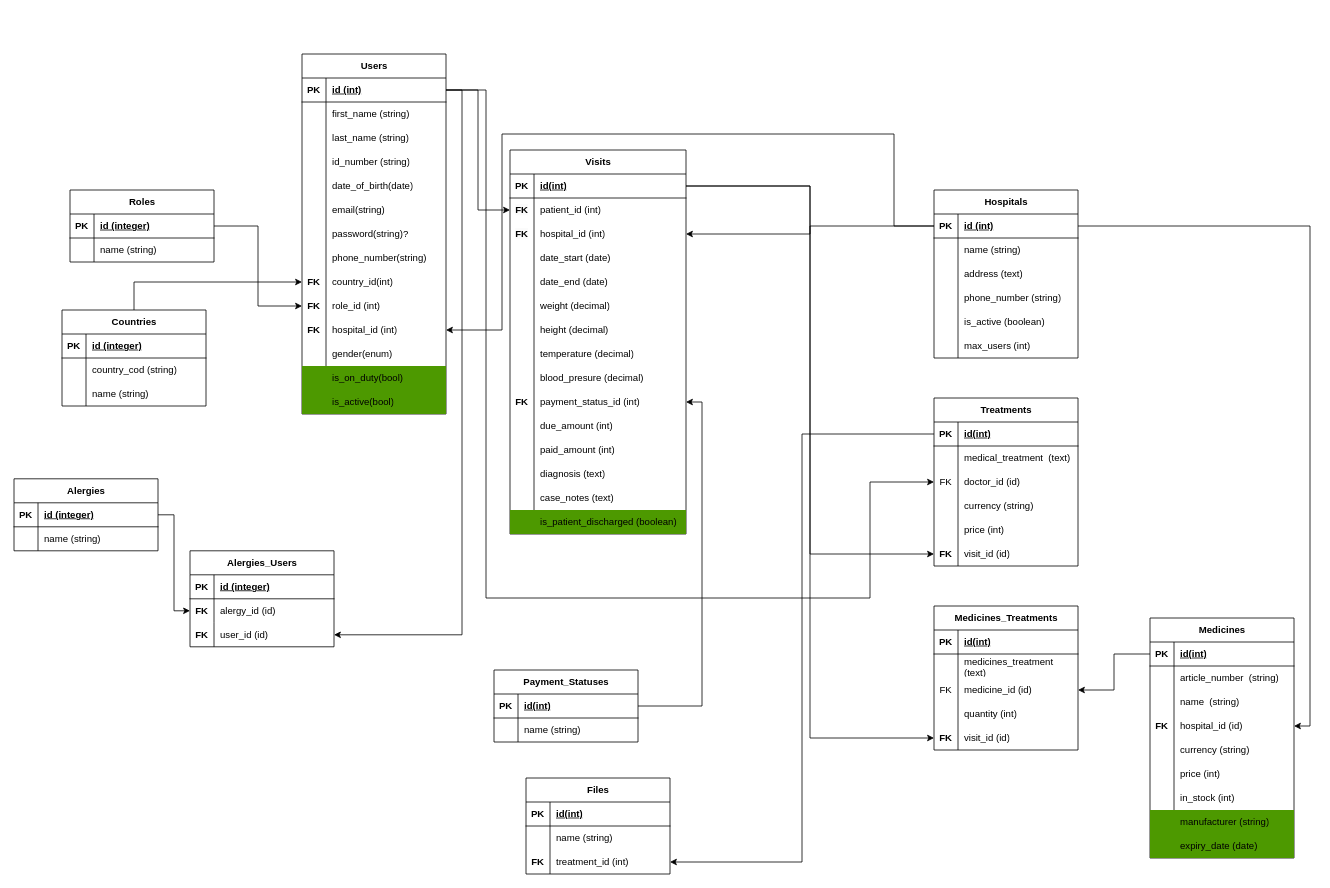
Earlier version of the draw.io diagram Untitled Diagram.drawio (fao30/hospital-management-be). Source tidied: cells renumbered, new cells numbered last; positions are measured from the earlier drawing's top-left corner, leaving out a move shared by most shapes. Both pictures are drawn from the tidied source at 80%, with x=0, y=0 at pixel (14, 54).
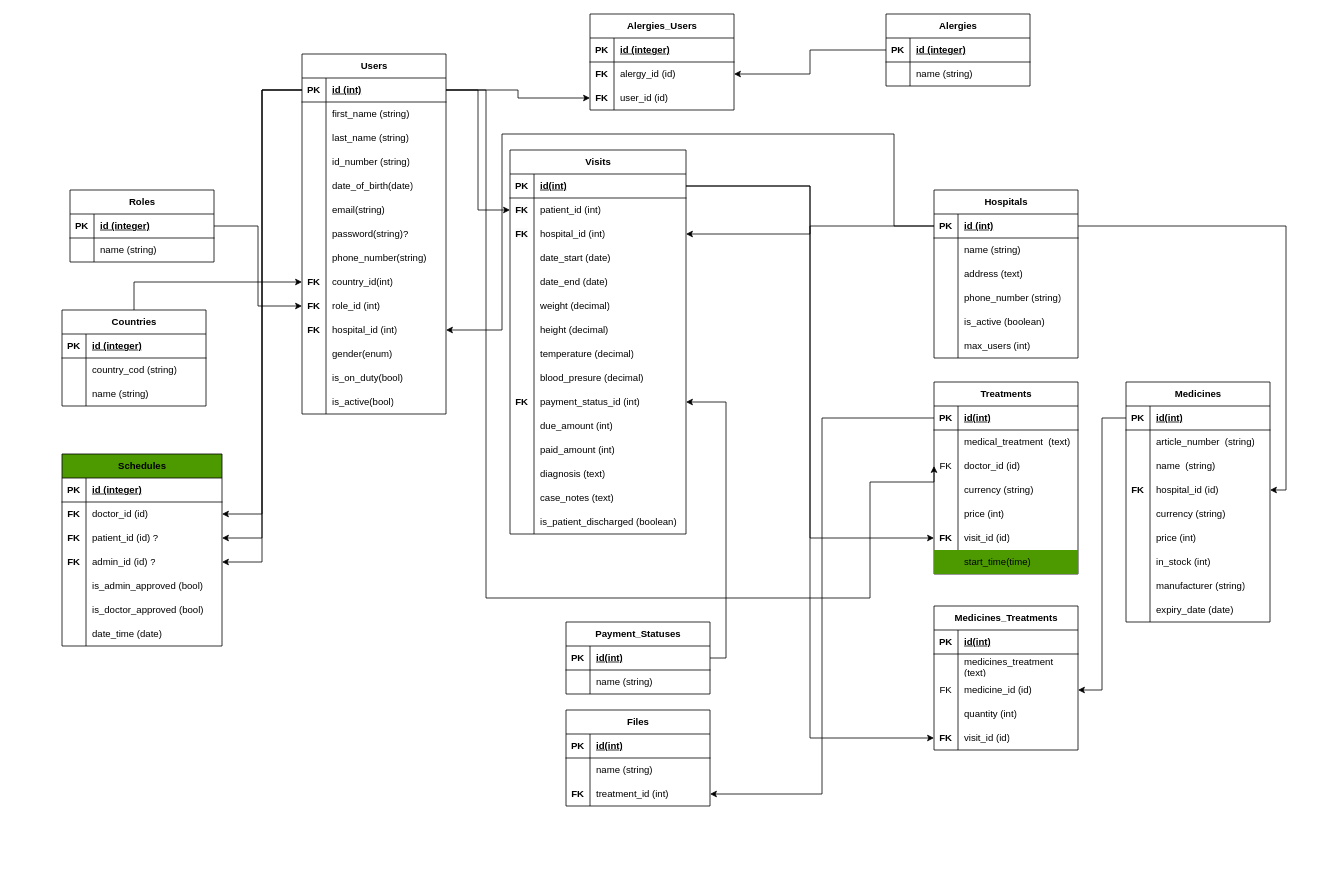
The same page after the edit.

Unchanged cells that the change refers to:
```xml
<mxCell id="28" value="Users" style="shape=table;startSize=30;childLayout=tableLayout;rowLines=0;fontStyle=1;align=center;html=1;" parent="1" vertex="1">
  <mxGeometry x="360" width="180" height="450" as="geometry" />
</mxCell>
<mxCell id="29" style="shape=tableRow;horizontal=0;startSize=0;swimlaneHead=0;swimlaneBody=0;fillColor=none;points=[[0,0.5],[1,0.5]];portConstraint=eastwest;top=0;left=0;right=0;bottom=1;" parent="28" vertex="1">
  <mxGeometry y="30" width="180" height="30" as="geometry" />
</mxCell>
<mxCell id="83" value="Visits" style="shape=table;startSize=30;childLayout=tableLayout;rowLines=0;fontStyle=1;align=center;html=1;" parent="1" vertex="1">
  <mxGeometry x="620" y="120" width="220" height="480" as="geometry" />
</mxCell>
<mxCell id="111" style="shape=tableRow;horizontal=0;startSize=0;swimlaneHead=0;swimlaneBody=0;fillColor=none;points=[[0,0.5],[1,0.5]];portConstraint=eastwest;top=0;left=0;right=0;bottom=0;" parent="83" vertex="1">
  <mxGeometry y="300" width="220" height="30" as="geometry" />
</mxCell>
<mxCell id="153" style="shape=tableRow;horizontal=0;startSize=0;swimlaneHead=0;swimlaneBody=0;fillColor=none;points=[[0,0.5],[1,0.5]];portConstraint=eastwest;top=0;left=0;right=0;bottom=1;" parent="152" vertex="1">
  <mxGeometry y="30" width="180" height="30" as="geometry" />
</mxCell>
<mxCell id="232" style="shape=tableRow;horizontal=0;startSize=0;swimlaneHead=0;swimlaneBody=0;fillColor=none;points=[[0,0.5],[1,0.5]];portConstraint=eastwest;top=0;left=0;right=0;bottom=0;" parent="225" vertex="1">
  <mxGeometry y="90" width="180" height="30" as="geometry" />
</mxCell>
```

Diff of the diagram source:
```diff
@@
-    <mxCell id="65" style="shape=tableRow;horizontal=0;startSize=0;swimlaneHead=0;swimlaneBody=0;fillColor=#4D9900;top=0;left=0;right=0;bottom=0;" parent="28" vertex="1">
+    <mxCell id="65" style="shape=tableRow;horizontal=0;startSize=0;swimlaneHead=0;swimlaneBody=0;fillColor=none;top=0;left=0;right=0;bottom=0;" parent="28" vertex="1">
       <mxGeometry y="390" width="180" height="30" as="geometry" />
     </mxCell>
@@
-    <mxCell id="68" style="shape=tableRow;horizontal=0;startSize=0;swimlaneHead=0;swimlaneBody=0;fillColor=#4D9900;top=0;left=0;right=0;bottom=0;" parent="28" vertex="1">
+    <mxCell id="68" style="shape=tableRow;horizontal=0;startSize=0;swimlaneHead=0;swimlaneBody=0;fillColor=none;top=0;left=0;right=0;bottom=0;" parent="28" vertex="1">
       <mxGeometry y="420" width="180" height="30" as="geometry" />
     </mxCell>
@@
-    <mxCell id="126" style="shape=tableRow;horizontal=0;startSize=0;swimlaneHead=0;swimlaneBody=0;fillColor=#4D9900;top=0;left=0;right=0;bottom=0;" parent="83" vertex="1">
+    <mxCell id="126" style="shape=tableRow;horizontal=0;startSize=0;swimlaneHead=0;swimlaneBody=0;fillColor=none;top=0;left=0;right=0;bottom=0;" parent="83" vertex="1">
       <mxGeometry y="450" width="220" height="30" as="geometry" />
     </mxCell>
@@
     <mxCell id="131" value="Treatments" style="shape=table;startSize=30;childLayout=tableLayout;rowLines=0;fontStyle=1;align=center;html=1;" parent="1" vertex="1">
-      <mxGeometry x="1150" y="430" width="180" height="210" as="geometry" />
+      <mxGeometry x="1150" y="410" width="180" height="240" as="geometry" />
     </mxCell>
@@
+    <mxCell id="238" style="shape=tableRow;horizontal=0;startSize=0;swimlaneHead=0;swimlaneBody=0;fillColor=#4D9900;top=0;left=0;right=0;bottom=0;" parent="131" vertex="1">
+      <mxGeometry y="210" width="180" height="30" as="geometry" />
+    </mxCell>
+    <mxCell id="239" style="shape=partialRectangle;fillColor=none;top=0;left=0;bottom=0;right=0;overflow=hidden;whiteSpace=wrap;html=1;" parent="238" vertex="1">
+      <mxGeometry width="30" height="30" as="geometry" />
+    </mxCell>
+    <mxCell id="240" value="start_time(time)" style="shape=partialRectangle;fillColor=none;top=0;left=0;bottom=0;right=0;align=left;spacingLeft=6;overflow=hidden;whiteSpace=wrap;html=1;" parent="238" vertex="1">
+      <mxGeometry x="30" width="150" height="30" as="geometry" />
+    </mxCell>
@@
     <mxCell id="152" value="Payment_Statuses" style="shape=table;startSize=30;childLayout=tableLayout;rowLines=0;fontStyle=1;align=center;html=1;" parent="1" vertex="1">
-      <mxGeometry x="600" y="770" width="180" height="90" as="geometry" />
+      <mxGeometry x="690" y="710" width="180" height="90" as="geometry" />
     </mxCell>
@@
-    <mxCell id="159" style="edgeStyle=orthogonalEdgeStyle;rounded=0;jettySize=auto;html=1;entryX=1;entryY=0.5;entryDx=0;entryDy=0;" parent="1" edge="1" source="153" target="111">
+    <mxCell id="159" style="edgeStyle=orthogonalEdgeStyle;rounded=0;jettySize=auto;html=1;entryX=1;entryY=0.5;entryDx=0;entryDy=0;exitX=1;exitY=0.5;exitDx=0;exitDy=0;" parent="1" edge="1" source="153" target="111">
       <mxGeometry relative="1" as="geometry" />
     </mxCell>
     <mxCell id="160" value="Medicines" style="shape=table;startSize=30;childLayout=tableLayout;rowLines=0;fontStyle=1;align=center;html=1;" parent="1" vertex="1">
-      <mxGeometry x="1420" y="705" width="180" height="300" as="geometry" />
+      <mxGeometry x="1390" y="410" width="180" height="300" as="geometry" />
     </mxCell>
@@
-    <mxCell id="182" style="shape=tableRow;horizontal=0;startSize=0;swimlaneHead=0;swimlaneBody=0;fillColor=#4D9900;top=0;left=0;right=0;bottom=0;" parent="160" vertex="1">
+    <mxCell id="182" style="shape=tableRow;horizontal=0;startSize=0;swimlaneHead=0;swimlaneBody=0;fillColor=none;top=0;left=0;right=0;bottom=0;" parent="160" vertex="1">
       <mxGeometry y="240" width="180" height="30" as="geometry" />
     </mxCell>
@@
-    <mxCell id="185" style="shape=tableRow;horizontal=0;startSize=0;swimlaneHead=0;swimlaneBody=0;fillColor=#4D9900;top=0;left=0;right=0;bottom=0;" parent="160" vertex="1">
+    <mxCell id="185" style="shape=tableRow;horizontal=0;startSize=0;swimlaneHead=0;swimlaneBody=0;fillColor=none;top=0;left=0;right=0;bottom=0;" parent="160" vertex="1">
       <mxGeometry y="270" width="180" height="30" as="geometry" />
     </mxCell>
@@
     <mxCell id="207" value="Files" style="shape=table;startSize=30;childLayout=tableLayout;rowLines=0;fontStyle=1;align=center;html=1;fillColor=none;" parent="1" vertex="1">
-      <mxGeometry x="640" y="905" width="180" height="120" as="geometry" />
+      <mxGeometry x="690" y="820" width="180" height="120" as="geometry" />
     </mxCell>
@@
     <mxCell id="218" value="Alergies" style="shape=table;startSize=30;childLayout=tableLayout;rowLines=0;fontStyle=1;align=center;html=1;fillColor=none;" parent="1" vertex="1">
-      <mxGeometry y="531" width="180" height="90" as="geometry" />
+      <mxGeometry x="1090" y="-50" width="180" height="90" as="geometry" />
     </mxCell>
@@
     <mxCell id="225" value="Alergies_Users" style="shape=table;startSize=30;childLayout=tableLayout;rowLines=0;fontStyle=1;align=center;html=1;fillColor=none;" parent="1" vertex="1">
-      <mxGeometry x="220" y="621" width="180" height="120" as="geometry" />
+      <mxGeometry x="720" y="-50" width="180" height="120" as="geometry" />
     </mxCell>
@@
-    <mxCell id="235" style="edgeStyle=orthogonalEdgeStyle;rounded=0;jettySize=auto;html=1;entryX=1;entryY=0.5;entryDx=0;entryDy=0;" parent="1" edge="1" source="29" target="232">
-      <mxGeometry relative="1" as="geometry">
-        <Array as="points">
-          <mxPoint x="560" y="45" />
-          <mxPoint x="560" y="726" />
-        </Array>
-      </mxGeometry>
-    </mxCell>
@@
+    <mxCell id="235" style="edgeStyle=orthogonalEdgeStyle;rounded=0;jettySize=auto;html=1;" parent="1" edge="1" source="29" target="232">
+      <mxGeometry relative="1" as="geometry" />
+    </mxCell>
+    <mxCell id="241" value="Schedules" style="shape=table;startSize=30;childLayout=tableLayout;rowLines=0;fontStyle=1;align=center;html=1;fillColor=#4D9900;" parent="1" vertex="1">
+      <mxGeometry x="60" y="500" width="200" height="240" as="geometry" />
+    </mxCell>
+    <mxCell id="242" style="shape=tableRow;horizontal=0;startSize=0;swimlaneHead=0;swimlaneBody=0;fillColor=none;top=0;left=0;right=0;bottom=1;" parent="241" vertex="1">
+      <mxGeometry y="30" width="200" height="30" as="geometry" />
+    </mxCell>
+    <mxCell id="243" value="PK" style="shape=partialRectangle;fillColor=none;top=0;left=0;bottom=0;right=0;fontStyle=1;overflow=hidden;whiteSpace=wrap;html=1;" parent="242" vertex="1">
+      <mxGeometry width="30" height="30" as="geometry" />
+    </mxCell>
+    <mxCell id="244" value="id (integer)" style="shape=partialRectangle;fillColor=none;top=0;left=0;bottom=0;right=0;align=left;spacingLeft=6;fontStyle=5;overflow=hidden;whiteSpace=wrap;html=1;" parent="242" vertex="1">
+      <mxGeometry x="30" width="170" height="30" as="geometry" />
+    </mxCell>
+    <mxCell id="245" style="shape=tableRow;horizontal=0;startSize=0;swimlaneHead=0;swimlaneBody=0;fillColor=none;points=[[0,0.5],[1,0.5]];portConstraint=eastwest;top=0;left=0;right=0;bottom=0;" parent="241" vertex="1">
+      <mxGeometry y="60" width="200" height="30" as="geometry" />
+    </mxCell>
+    <mxCell id="246" value="&lt;b&gt;FK&lt;/b&gt;" style="shape=partialRectangle;fillColor=none;top=0;left=0;bottom=0;right=0;overflow=hidden;whiteSpace=wrap;html=1;" parent="245" vertex="1">
+      <mxGeometry width="30" height="30" as="geometry" />
+    </mxCell>
+    <mxCell id="247" value="doctor_id (id)" style="shape=partialRectangle;fillColor=none;top=0;left=0;bottom=0;right=0;align=left;spacingLeft=6;overflow=hidden;whiteSpace=wrap;html=1;" parent="245" vertex="1">
+      <mxGeometry x="30" width="170" height="30" as="geometry" />
+    </mxCell>
+    <mxCell id="248" style="shape=tableRow;horizontal=0;startSize=0;swimlaneHead=0;swimlaneBody=0;fillColor=none;points=[[0,0.5],[1,0.5]];portConstraint=eastwest;top=0;left=0;right=0;bottom=0;" parent="241" vertex="1">
+      <mxGeometry y="90" width="200" height="30" as="geometry" />
+    </mxCell>
+    <mxCell id="249" value="&lt;b&gt;FK&lt;/b&gt;" style="shape=partialRectangle;fillColor=none;top=0;left=0;bottom=0;right=0;overflow=hidden;whiteSpace=wrap;html=1;" parent="248" vertex="1">
+      <mxGeometry width="30" height="30" as="geometry" />
+    </mxCell>
+    <mxCell id="250" value="patient_id (id) ?" style="shape=partialRectangle;fillColor=none;top=0;left=0;bottom=0;right=0;align=left;spacingLeft=6;overflow=hidden;whiteSpace=wrap;html=1;" parent="248" vertex="1">
+      <mxGeometry x="30" width="170" height="30" as="geometry" />
+    </mxCell>
+    <mxCell id="251" style="shape=tableRow;horizontal=0;startSize=0;swimlaneHead=0;swimlaneBody=0;fillColor=none;points=[[0,0.5],[1,0.5]];portConstraint=eastwest;top=0;left=0;right=0;bottom=0;" parent="241" vertex="1">
+      <mxGeometry y="120" width="200" height="30" as="geometry" />
+    </mxCell>
+    <mxCell id="252" value="&lt;b&gt;FK&lt;/b&gt;" style="shape=partialRectangle;fillColor=none;top=0;left=0;bottom=0;right=0;overflow=hidden;whiteSpace=wrap;html=1;" parent="251" vertex="1">
+      <mxGeometry width="30" height="30" as="geometry" />
+    </mxCell>
+    <mxCell id="253" value="admin_id (id) ?" style="shape=partialRectangle;fillColor=none;top=0;left=0;bottom=0;right=0;align=left;spacingLeft=6;overflow=hidden;whiteSpace=wrap;html=1;" parent="251" vertex="1">
+      <mxGeometry x="30" width="170" height="30" as="geometry" />
+    </mxCell>
+    <mxCell id="254" style="shape=tableRow;horizontal=0;startSize=0;swimlaneHead=0;swimlaneBody=0;fillColor=none;top=0;left=0;right=0;bottom=0;" parent="241" vertex="1">
+      <mxGeometry y="150" width="200" height="30" as="geometry" />
+    </mxCell>
+    <mxCell id="255" style="shape=partialRectangle;fillColor=none;top=0;left=0;bottom=0;right=0;overflow=hidden;whiteSpace=wrap;html=1;" parent="254" vertex="1">
+      <mxGeometry width="30" height="30" as="geometry" />
+    </mxCell>
+    <mxCell id="256" value="is_admin_approved (bool)&amp;nbsp;" style="shape=partialRectangle;fillColor=none;top=0;left=0;bottom=0;right=0;align=left;spacingLeft=6;overflow=hidden;whiteSpace=wrap;html=1;" parent="254" vertex="1">
+      <mxGeometry x="30" width="170" height="30" as="geometry" />
+    </mxCell>
+    <mxCell id="257" style="shape=tableRow;horizontal=0;startSize=0;swimlaneHead=0;swimlaneBody=0;fillColor=none;top=0;left=0;right=0;bottom=0;" parent="241" vertex="1">
+      <mxGeometry y="180" width="200" height="30" as="geometry" />
+    </mxCell>
+    <mxCell id="258" style="shape=partialRectangle;fillColor=none;top=0;left=0;bottom=0;right=0;overflow=hidden;whiteSpace=wrap;html=1;" parent="257" vertex="1">
+      <mxGeometry width="30" height="30" as="geometry" />
+    </mxCell>
+    <mxCell id="259" value="is_doctor_approved (bool)&amp;nbsp;" style="shape=partialRectangle;fillColor=none;top=0;left=0;bottom=0;right=0;align=left;spacingLeft=6;overflow=hidden;whiteSpace=wrap;html=1;" parent="257" vertex="1">
+      <mxGeometry x="30" width="170" height="30" as="geometry" />
+    </mxCell>
+    <mxCell id="260" style="shape=tableRow;horizontal=0;startSize=0;swimlaneHead=0;swimlaneBody=0;fillColor=none;top=0;left=0;right=0;bottom=0;" parent="241" vertex="1">
+      <mxGeometry y="210" width="200" height="30" as="geometry" />
+    </mxCell>
+    <mxCell id="261" style="shape=partialRectangle;fillColor=none;top=0;left=0;bottom=0;right=0;overflow=hidden;whiteSpace=wrap;html=1;" parent="260" vertex="1">
+      <mxGeometry width="30" height="30" as="geometry" />
+    </mxCell>
+    <mxCell id="262" value="date_time (date)&amp;nbsp;" style="shape=partialRectangle;fillColor=none;top=0;left=0;bottom=0;right=0;align=left;spacingLeft=6;overflow=hidden;whiteSpace=wrap;html=1;" parent="260" vertex="1">
+      <mxGeometry x="30" width="170" height="30" as="geometry" />
+    </mxCell>
+    <mxCell id="263" style="edgeStyle=orthogonalEdgeStyle;rounded=0;jettySize=auto;html=1;entryX=1;entryY=0.5;entryDx=0;entryDy=0;" parent="1" edge="1" source="29" target="245">
+      <mxGeometry relative="1" as="geometry" />
+    </mxCell>
+    <mxCell id="264" style="edgeStyle=orthogonalEdgeStyle;rounded=0;jettySize=auto;html=1;exitX=0;exitY=0.5;exitDx=0;exitDy=0;entryX=1;entryY=0.5;entryDx=0;entryDy=0;" parent="1" edge="1" source="29" target="248">
+      <mxGeometry relative="1" as="geometry" />
+    </mxCell>
+    <mxCell id="265" style="edgeStyle=orthogonalEdgeStyle;rounded=0;jettySize=auto;html=1;exitX=0;exitY=0.5;exitDx=0;exitDy=0;" parent="1" edge="1" source="29" target="251">
+      <mxGeometry relative="1" as="geometry" />
+    </mxCell>
```
